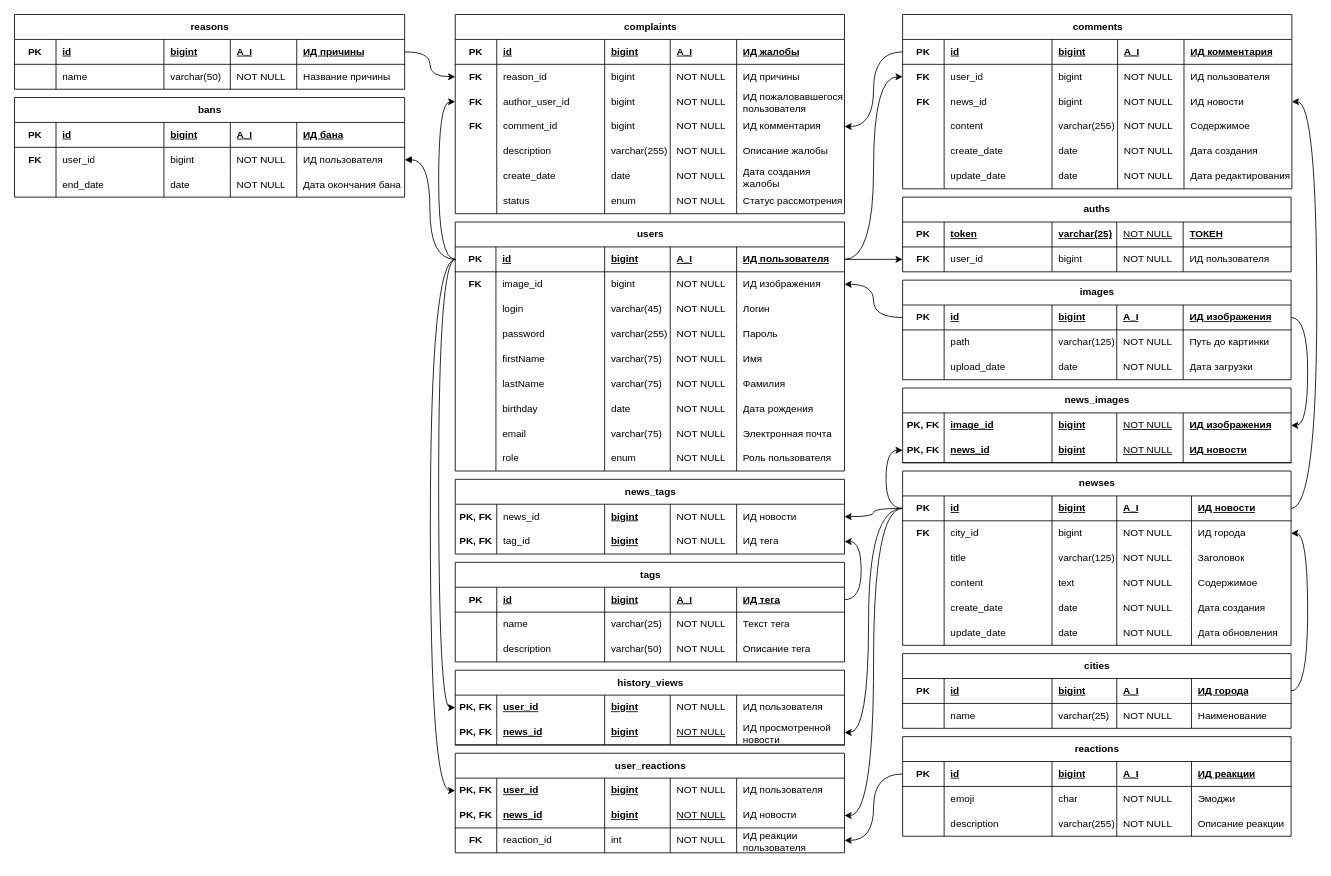
Zamelane/course-project-4 keeps this draw.io diagram as page "Физическая" (3 of 3) of docs/report/res/модели базы данных/Копия Модели базы данных.drawio. Above is the earlier version. Source tidied: cells renumbered, new cells numbered last; positions are measured from the earlier drawing's top-left corner, leaving out a move shared by most shapes. Both pictures are drawn from the tidied source at 83%, with x=0, y=0 at pixel (14, 14).
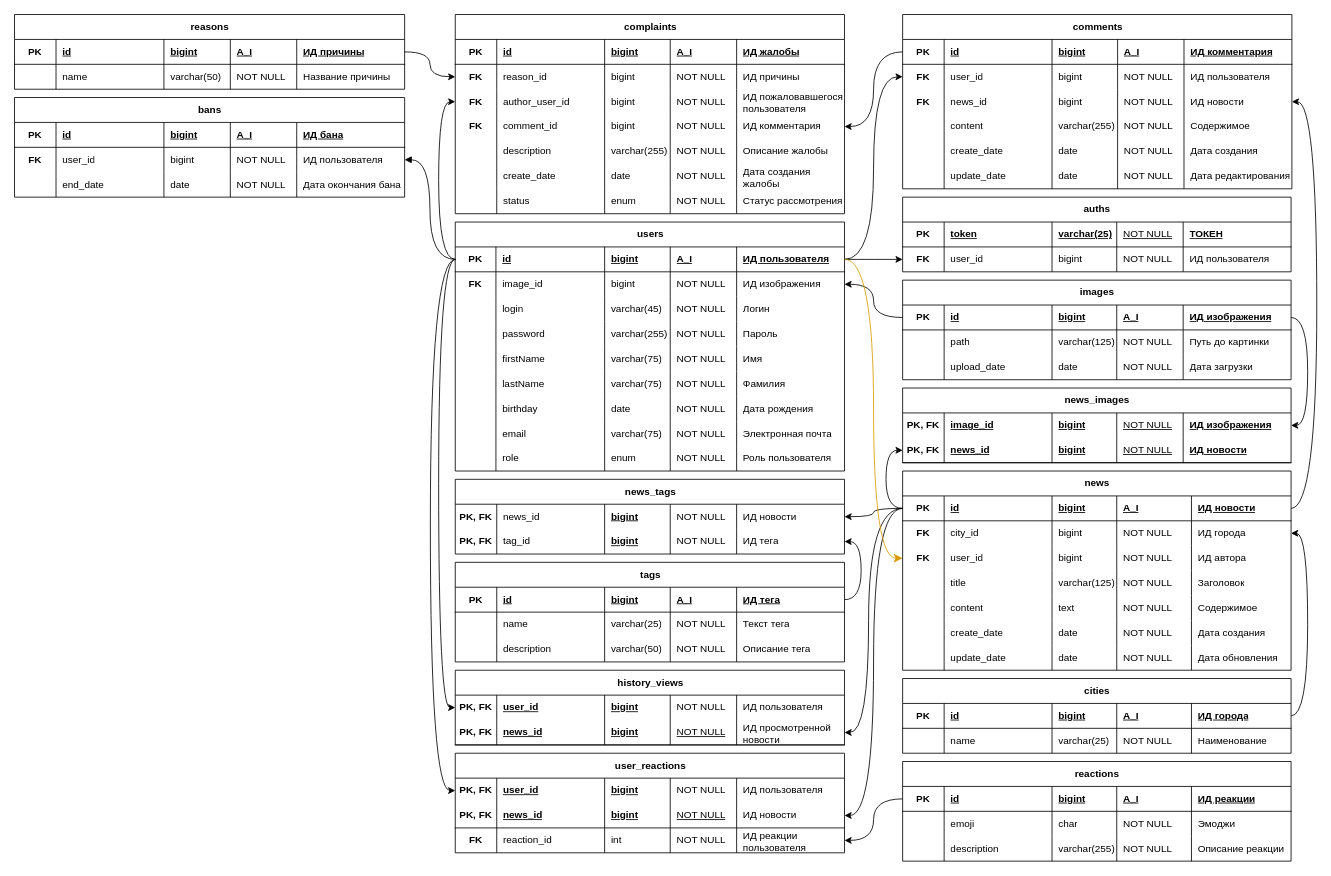
The same diagram, later.

The change refers to these unchanged cells:
```xml
<mxCell id="3" style="shape=tableRow;horizontal=0;startSize=0;swimlaneHead=0;swimlaneBody=0;fillColor=none;points=[[0,0.5],[1,0.5]];portConstraint=eastwest;top=0;left=0;right=0;bottom=1;perimeterSpacing=0;strokeColor=default;" parent="2" vertex="1">
  <mxGeometry y="30" width="469" height="30" as="geometry" />
</mxCell>
```

The edit, as a diff of the source:
```diff
@@
-    <mxCell id="71" value="newses" style="shape=table;startSize=30;childLayout=tableLayout;rowLines=0;fontStyle=1;align=center;html=1;perimeterSpacing=0;strokeColor=default;" parent="1" vertex="1">
-      <mxGeometry x="1070" y="550" width="468" height="210" as="geometry" />
+    <mxCell id="71" value="news" style="shape=table;startSize=30;childLayout=tableLayout;rowLines=0;fontStyle=1;align=center;html=1;perimeterSpacing=0;strokeColor=default;" parent="1" vertex="1">
+      <mxGeometry x="1070" y="550" width="468" height="240" as="geometry" />
     </mxCell>
@@
+    <mxCell id="365" style="shape=tableRow;horizontal=0;startSize=0;swimlaneHead=0;swimlaneBody=0;fillColor=none;points=[[0,0.5],[1,0.5]];portConstraint=eastwest;top=0;left=0;right=0;bottom=0;perimeterSpacing=0;strokeColor=default;" parent="71" vertex="1">
+      <mxGeometry y="90" width="468" height="30" as="geometry" />
+    </mxCell>
+    <mxCell id="366" value="FK" style="shape=partialRectangle;fillColor=none;top=0;left=0;bottom=0;right=0;overflow=hidden;whiteSpace=wrap;html=1;fontStyle=1;perimeterSpacing=0;strokeColor=default;" parent="365" vertex="1">
+      <mxGeometry width="50" height="30" as="geometry" />
+    </mxCell>
+    <mxCell id="367" value="user_id" style="shape=partialRectangle;fillColor=none;top=0;left=0;bottom=0;right=0;align=left;spacingLeft=6;overflow=hidden;whiteSpace=wrap;html=1;perimeterSpacing=0;strokeColor=default;" parent="365" vertex="1">
+      <mxGeometry x="50" width="130" height="30" as="geometry" />
+    </mxCell>
+    <mxCell id="368" value="bigint" style="shape=partialRectangle;fillColor=none;top=0;left=0;bottom=0;right=0;align=left;spacingLeft=6;overflow=hidden;whiteSpace=wrap;html=1;perimeterSpacing=0;strokeColor=default;" parent="365" vertex="1">
+      <mxGeometry x="180" width="78" height="30" as="geometry" />
+    </mxCell>
+    <mxCell id="369" value="NOT NULL" style="shape=partialRectangle;fillColor=none;top=0;left=0;bottom=0;right=0;align=left;spacingLeft=6;overflow=hidden;whiteSpace=wrap;html=1;perimeterSpacing=0;strokeColor=default;" parent="365" vertex="1">
+      <mxGeometry x="258" width="90" height="30" as="geometry" />
+    </mxCell>
+    <mxCell id="370" value="ИД автора" style="shape=partialRectangle;fillColor=none;top=0;left=0;bottom=0;right=0;align=left;spacingLeft=6;overflow=hidden;whiteSpace=wrap;html=1;perimeterSpacing=0;strokeColor=default;" parent="365" vertex="1">
+      <mxGeometry x="348" width="120" height="30" as="geometry" />
+    </mxCell>
     <mxCell id="84" style="shape=tableRow;horizontal=0;startSize=0;swimlaneHead=0;swimlaneBody=0;fillColor=none;top=0;left=0;right=0;bottom=0;perimeterSpacing=0;strokeColor=default;" parent="71" vertex="1">
-      <mxGeometry y="90" width="468" height="30" as="geometry" />
+      <mxGeometry y="120" width="468" height="30" as="geometry" />
     </mxCell>
@@
     <mxCell id="90" style="shape=tableRow;horizontal=0;startSize=0;swimlaneHead=0;swimlaneBody=0;fillColor=none;top=0;left=0;right=0;bottom=0;perimeterSpacing=0;strokeColor=default;" parent="71" vertex="1">
-      <mxGeometry y="120" width="468" height="30" as="geometry" />
+      <mxGeometry y="150" width="468" height="30" as="geometry" />
     </mxCell>
@@
     <mxCell id="96" style="shape=tableRow;horizontal=0;startSize=0;swimlaneHead=0;swimlaneBody=0;fillColor=none;top=0;left=0;right=0;bottom=0;perimeterSpacing=0;strokeColor=default;" parent="71" vertex="1">
-      <mxGeometry y="150" width="468" height="30" as="geometry" />
+      <mxGeometry y="180" width="468" height="30" as="geometry" />
     </mxCell>
@@
     <mxCell id="102" style="shape=tableRow;horizontal=0;startSize=0;swimlaneHead=0;swimlaneBody=0;fillColor=none;top=0;left=0;right=0;bottom=0;perimeterSpacing=0;strokeColor=default;" parent="71" vertex="1">
-      <mxGeometry y="180" width="468" height="30" as="geometry" />
+      <mxGeometry y="210" width="468" height="30" as="geometry" />
     </mxCell>
@@
     <mxCell id="108" value="cities" style="shape=table;startSize=30;childLayout=tableLayout;rowLines=0;fontStyle=1;align=center;html=1;perimeterSpacing=0;strokeColor=default;" parent="1" vertex="1">
-      <mxGeometry x="1070" y="770" width="468" height="90" as="geometry" />
+      <mxGeometry x="1070" y="800" width="468" height="90" as="geometry" />
     </mxCell>
@@
     <mxCell id="250" value="reactions" style="shape=table;startSize=30;childLayout=tableLayout;rowLines=0;fontStyle=1;align=center;html=1;perimeterSpacing=0;strokeColor=default;" parent="1" vertex="1">
-      <mxGeometry x="1070" y="870" width="468" height="120" as="geometry" />
+      <mxGeometry x="1070" y="900" width="468" height="120" as="geometry" />
     </mxCell>
@@
+    <mxCell id="371" style="edgeStyle=orthogonalEdgeStyle;rounded=0;jettySize=auto;html=1;exitX=1;exitY=0.5;exitDx=0;exitDy=0;entryX=0;entryY=0.5;entryDx=0;entryDy=0;fontSize=12;startSize=8;endSize=8;curved=1;fillColor=#ffe6cc;strokeColor=#d79b00;" parent="1" edge="1" source="3" target="365">
+      <mxGeometry relative="1" as="geometry" />
+    </mxCell>
```
